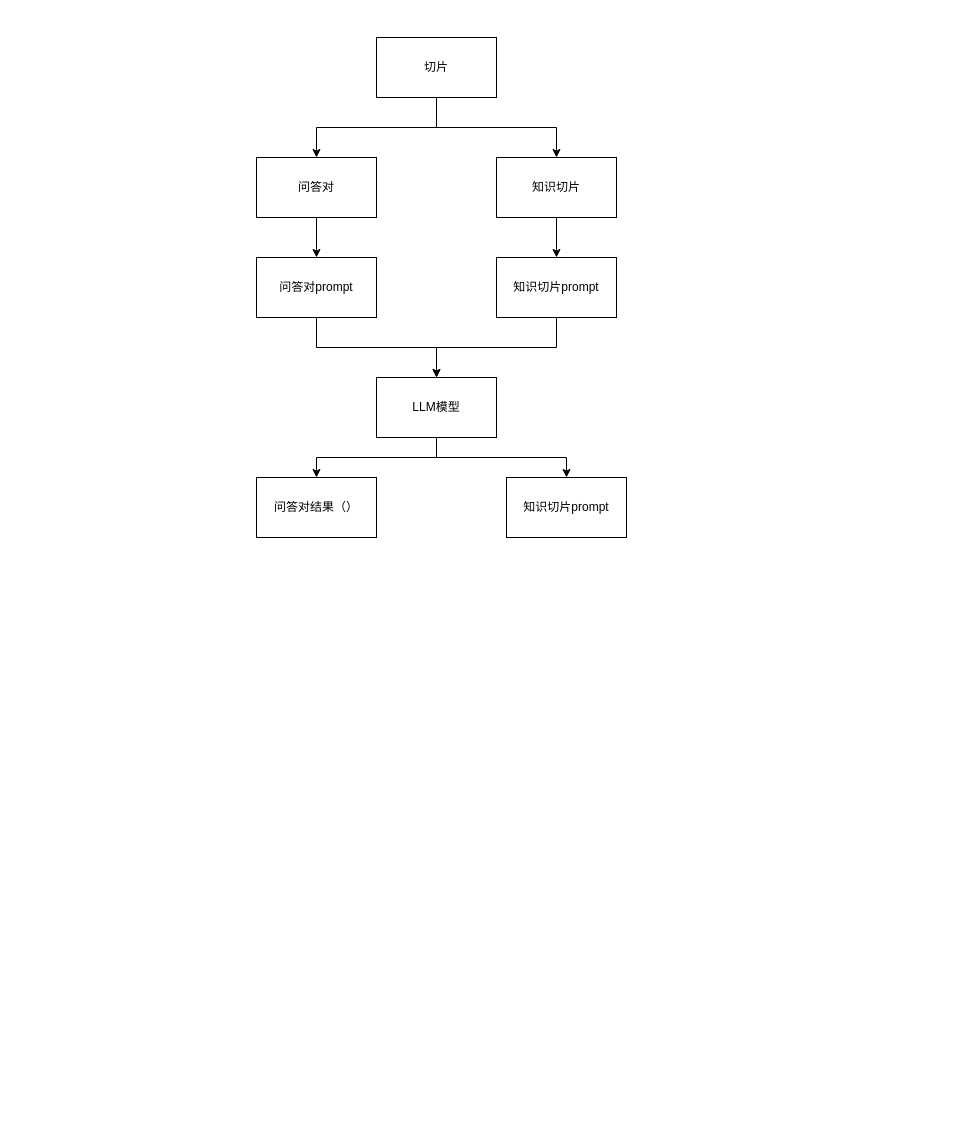
Before: 关键词摘要时序图.drawio in archwolf118/AI, a draw.io diagram. Source tidied: cells renumbered, new cells numbered last; positions are measured from the earlier drawing's top-left corner, leaving out a move shared by most shapes. Both pictures are drawn from the tidied source at 100%, with x=0, y=0 at pixel (256, 37).
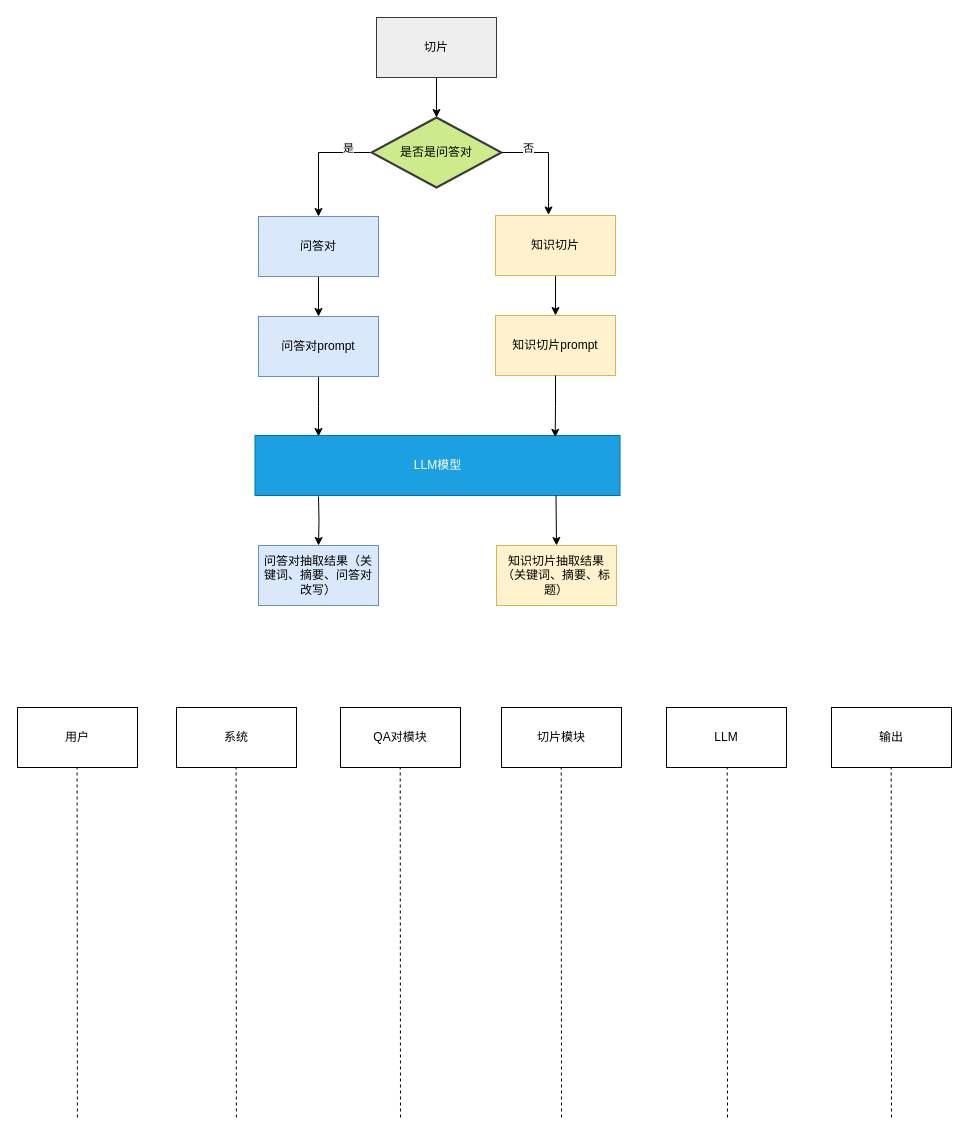
Above is the later version.

Commit message:
更新关键词摘要时序图.drawio

The edit, as a diff of the source:
```diff
@@
-    <mxCell id="2" style="edgeStyle=orthogonalEdgeStyle;rounded=0;jettySize=auto;html=1;exitX=0.5;exitY=1;exitDx=0;exitDy=0;entryX=0.5;entryY=0;entryDx=0;entryDy=0;" parent="1" edge="1" source="4" target="6">
-      <mxGeometry relative="1" as="geometry" />
-    </mxCell>
-    <mxCell id="3" style="edgeStyle=orthogonalEdgeStyle;rounded=0;jettySize=auto;html=1;exitX=0.5;exitY=1;exitDx=0;exitDy=0;entryX=0.5;entryY=0;entryDx=0;entryDy=0;" parent="1" edge="1" source="4" target="8">
-      <mxGeometry relative="1" as="geometry" />
-    </mxCell>
-    <mxCell id="4" value="切片" style="rounded=0;whiteSpace=wrap;html=1;" parent="1" vertex="1">
-      <mxGeometry x="120" width="120" height="60" as="geometry" />
+    <mxCell id="4" value="切片" style="rounded=0;whiteSpace=wrap;html=1;fillColor=#eeeeee;strokeColor=#36393d;" parent="1" vertex="1">
+      <mxGeometry x="120" y="-20" width="120" height="60" as="geometry" />
     </mxCell>
@@
-    <mxCell id="6" value="问答对" style="rounded=0;whiteSpace=wrap;html=1;" parent="1" vertex="1">
-      <mxGeometry y="120" width="120" height="60" as="geometry" />
+    <mxCell id="6" value="问答对" style="rounded=0;whiteSpace=wrap;html=1;fillColor=#dae8fc;strokeColor=#6c8ebf;" parent="1" vertex="1">
+      <mxGeometry x="2" y="179" width="120" height="60" as="geometry" />
     </mxCell>
@@
-    <mxCell id="8" value="知识切片" style="rounded=0;whiteSpace=wrap;html=1;" parent="1" vertex="1">
-      <mxGeometry x="240" y="120" width="120" height="60" as="geometry" />
+    <mxCell id="8" value="知识切片" style="rounded=0;whiteSpace=wrap;html=1;fillColor=#fff2cc;strokeColor=#d6b656;" parent="1" vertex="1">
+      <mxGeometry x="239" y="178" width="120" height="60" as="geometry" />
     </mxCell>
-    <mxCell id="9" style="edgeStyle=orthogonalEdgeStyle;rounded=0;jettySize=auto;html=1;exitX=0.5;exitY=1;exitDx=0;exitDy=0;entryX=0.5;entryY=0;entryDx=0;entryDy=0;" parent="1" edge="1" source="10" target="15">
-      <mxGeometry relative="1" as="geometry" />
+    <mxCell id="9" style="edgeStyle=orthogonalEdgeStyle;rounded=0;jettySize=auto;html=1;exitX=0.5;exitY=1;exitDx=0;exitDy=0;entryX=0.5;entryY=0;entryDx=0;entryDy=0;" parent="1" edge="1" source="10">
+      <mxGeometry relative="1" as="geometry">
+        <mxPoint x="62" y="399" as="targetPoint" />
+      </mxGeometry>
     </mxCell>
-    <mxCell id="10" value="问答对prompt" style="rounded=0;whiteSpace=wrap;html=1;" parent="1" vertex="1">
-      <mxGeometry y="220" width="120" height="60" as="geometry" />
+    <mxCell id="10" value="问答对prompt" style="rounded=0;whiteSpace=wrap;html=1;fillColor=#dae8fc;strokeColor=#6c8ebf;" parent="1" vertex="1">
+      <mxGeometry x="2" y="279" width="120" height="60" as="geometry" />
     </mxCell>
-    <mxCell id="11" style="edgeStyle=orthogonalEdgeStyle;rounded=0;jettySize=auto;html=1;exitX=0.5;exitY=1;exitDx=0;exitDy=0;entryX=0.5;entryY=0;entryDx=0;entryDy=0;" parent="1" edge="1" source="12" target="15">
-      <mxGeometry relative="1" as="geometry" />
-    </mxCell>
-    <mxCell id="12" value="知识切片prompt" style="rounded=0;whiteSpace=wrap;html=1;" parent="1" vertex="1">
-      <mxGeometry x="240" y="220" width="120" height="60" as="geometry" />
+    <mxCell id="12" value="知识切片prompt" style="rounded=0;whiteSpace=wrap;html=1;fillColor=#fff2cc;strokeColor=#d6b656;" parent="1" vertex="1">
+      <mxGeometry x="239" y="278" width="120" height="60" as="geometry" />
     </mxCell>
-    <mxCell id="13" style="edgeStyle=orthogonalEdgeStyle;rounded=0;jettySize=auto;html=1;exitX=0.5;exitY=1;exitDx=0;exitDy=0;entryX=0.5;entryY=0;entryDx=0;entryDy=0;" parent="1" edge="1" source="15" target="16">
-      <mxGeometry relative="1" as="geometry" />
+    <mxCell id="13" style="edgeStyle=orthogonalEdgeStyle;rounded=0;jettySize=auto;html=1;exitX=0.5;exitY=1;exitDx=0;exitDy=0;entryX=0.5;entryY=0;entryDx=0;entryDy=0;" parent="1" edge="1" target="16">
+      <mxGeometry relative="1" as="geometry">
+        <mxPoint x="62" y="459" as="sourcePoint" />
+      </mxGeometry>
     </mxCell>
-    <mxCell id="14" style="edgeStyle=orthogonalEdgeStyle;rounded=0;jettySize=auto;html=1;exitX=0.5;exitY=1;exitDx=0;exitDy=0;entryX=0.5;entryY=0;entryDx=0;entryDy=0;" parent="1" edge="1" source="15" target="17">
-      <mxGeometry relative="1" as="geometry" />
-    </mxCell>
-    <mxCell id="15" value="LLM模型" style="rounded=0;whiteSpace=wrap;html=1;" parent="1" vertex="1">
-      <mxGeometry x="120" y="340" width="120" height="60" as="geometry" />
-    </mxCell>
-    <mxCell id="16" value="问答对结果（）" style="rounded=0;whiteSpace=wrap;html=1;" parent="1" vertex="1">
-      <mxGeometry y="440" width="120" height="60" as="geometry" />
+    <mxCell id="16" value="问答对抽取结果（关键词、摘要、问答对改写）" style="rounded=0;whiteSpace=wrap;html=1;fillColor=#dae8fc;strokeColor=#6c8ebf;" parent="1" vertex="1">
+      <mxGeometry x="2" y="508" width="120" height="60" as="geometry" />
     </mxCell>
-    <mxCell id="17" value="知识切片prompt" style="rounded=0;whiteSpace=wrap;html=1;" parent="1" vertex="1">
-      <mxGeometry x="250" y="440" width="120" height="60" as="geometry" />
+    <mxCell id="17" value="知识切片抽取结果（关键词、摘要、标题）" style="rounded=0;whiteSpace=wrap;html=1;fillColor=#fff2cc;strokeColor=#d6b656;" parent="1" vertex="1">
+      <mxGeometry x="240" y="508" width="120" height="60" as="geometry" />
     </mxCell>
+    <mxCell id="15" value="LLM模型" style="rounded=0;whiteSpace=wrap;html=1;fillColor=#1ba1e2;fontColor=#ffffff;strokeColor=#006EAF;" parent="1" vertex="1">
+      <mxGeometry x="-1.5" y="398" width="365" height="60" as="geometry" />
+    </mxCell>
+    <mxCell id="18" style="edgeStyle=orthogonalEdgeStyle;rounded=0;jettySize=auto;html=1;exitX=0;exitY=0.5;exitDx=0;exitDy=0;exitPerimeter=0;entryX=0.5;entryY=0;entryDx=0;entryDy=0;" parent="1" edge="1" source="20" target="6">
+      <mxGeometry relative="1" as="geometry" />
+    </mxCell>
+    <mxCell id="19" value="是" style="edgeLabel;html=1;align=center;verticalAlign=middle;" parent="18" vertex="1">
+      <mxGeometry x="-0.32" y="-3" relative="1" as="geometry">
+        <mxPoint x="16" y="-2" as="offset" />
+      </mxGeometry>
+    </mxCell>
+    <mxCell id="20" value="是否是问答对" style="strokeWidth=2;html=1;shape=mxgraph.flowchart.decision;whiteSpace=wrap;fillColor=#cdeb8b;strokeColor=#36393d;" parent="1" vertex="1">
+      <mxGeometry x="115" y="80" width="130" height="70" as="geometry" />
+    </mxCell>
+    <mxCell id="21" style="edgeStyle=orthogonalEdgeStyle;rounded=0;jettySize=auto;html=1;exitX=0.5;exitY=1;exitDx=0;exitDy=0;entryX=0.5;entryY=0;entryDx=0;entryDy=0;entryPerimeter=0;" parent="1" edge="1" source="4" target="20">
+      <mxGeometry relative="1" as="geometry" />
+    </mxCell>
+    <mxCell id="22" style="edgeStyle=orthogonalEdgeStyle;rounded=0;jettySize=auto;html=1;exitX=0.5;exitY=1;exitDx=0;exitDy=0;entryX=0.839;entryY=0.03;entryDx=0;entryDy=0;entryPerimeter=0;" parent="1" edge="1" source="12">
+      <mxGeometry relative="1" as="geometry">
+        <mxPoint x="298.7" y="399.8" as="targetPoint" />
+      </mxGeometry>
+    </mxCell>
+    <mxCell id="23" style="edgeStyle=orthogonalEdgeStyle;rounded=0;jettySize=auto;html=1;exitX=0.5;exitY=1;exitDx=0;exitDy=0;entryX=0.5;entryY=0;entryDx=0;entryDy=0;" parent="1" edge="1" target="17">
+      <mxGeometry relative="1" as="geometry">
+        <mxPoint x="299.5" y="458" as="sourcePoint" />
+      </mxGeometry>
+    </mxCell>
+    <mxCell id="24" style="edgeStyle=orthogonalEdgeStyle;rounded=0;jettySize=auto;html=1;exitX=1;exitY=0.5;exitDx=0;exitDy=0;exitPerimeter=0;entryX=0.442;entryY=-0.009;entryDx=0;entryDy=0;entryPerimeter=0;" parent="1" edge="1" source="20" target="8">
+      <mxGeometry relative="1" as="geometry" />
+    </mxCell>
+    <mxCell id="25" value="否" style="edgeLabel;html=1;align=center;verticalAlign=middle;" parent="24" vertex="1">
+      <mxGeometry x="-0.52" y="-1" relative="1" as="geometry">
+        <mxPoint y="-6" as="offset" />
+      </mxGeometry>
+    </mxCell>
+    <mxCell id="26" value="用户" style="rounded=0;whiteSpace=wrap;html=1;" parent="1" vertex="1">
+      <mxGeometry x="-239" y="670" width="120" height="60" as="geometry" />
+    </mxCell>
+    <mxCell id="27" value="QA对模块" style="rounded=0;whiteSpace=wrap;html=1;" parent="1" vertex="1">
+      <mxGeometry x="84" y="670" width="120" height="60" as="geometry" />
+    </mxCell>
+    <mxCell id="28" value="切片模块" style="rounded=0;whiteSpace=wrap;html=1;" parent="1" vertex="1">
+      <mxGeometry x="245" y="670" width="120" height="60" as="geometry" />
+    </mxCell>
+    <mxCell id="29" value="LLM" style="rounded=0;whiteSpace=wrap;html=1;" parent="1" vertex="1">
+      <mxGeometry x="410" y="670" width="120" height="60" as="geometry" />
+    </mxCell>
+    <mxCell id="30" value="输出" style="rounded=0;whiteSpace=wrap;html=1;" parent="1" vertex="1">
+      <mxGeometry x="575" y="670" width="120" height="60" as="geometry" />
+    </mxCell>
+    <mxCell id="31" style="endArrow=none;dashed=1;html=1;rounded=0;" parent="1" edge="1">
+      <mxGeometry relative="1" as="geometry">
+        <mxPoint x="-179.1" y="1080" as="sourcePoint" />
+        <mxPoint x="-179.4" y="730" as="targetPoint" />
+      </mxGeometry>
+    </mxCell>
+    <mxCell id="32" style="endArrow=none;dashed=1;html=1;rounded=0;" parent="1" edge="1">
+      <mxGeometry relative="1" as="geometry">
+        <mxPoint x="144" y="1080" as="sourcePoint" />
+        <mxPoint x="143.7" y="730" as="targetPoint" />
+      </mxGeometry>
+    </mxCell>
+    <mxCell id="33" style="endArrow=none;dashed=1;html=1;rounded=0;" parent="1" edge="1">
+      <mxGeometry relative="1" as="geometry">
+        <mxPoint x="305" y="1080" as="sourcePoint" />
+        <mxPoint x="304.7" y="730" as="targetPoint" />
+      </mxGeometry>
+    </mxCell>
+    <mxCell id="34" style="endArrow=none;dashed=1;html=1;rounded=0;" parent="1" edge="1">
+      <mxGeometry relative="1" as="geometry">
+        <mxPoint x="471" y="1080" as="sourcePoint" />
+        <mxPoint x="470.7" y="730" as="targetPoint" />
+      </mxGeometry>
+    </mxCell>
+    <mxCell id="35" style="endArrow=none;dashed=1;html=1;rounded=0;" parent="1" edge="1">
+      <mxGeometry relative="1" as="geometry">
+        <mxPoint x="635" y="1080" as="sourcePoint" />
+        <mxPoint x="634.7" y="730" as="targetPoint" />
+      </mxGeometry>
+    </mxCell>
+    <mxCell id="36" value="系统" style="rounded=0;whiteSpace=wrap;html=1;" parent="1" vertex="1">
+      <mxGeometry x="-80" y="670" width="120" height="60" as="geometry" />
+    </mxCell>
+    <mxCell id="37" style="endArrow=none;dashed=1;html=1;rounded=0;" parent="1" edge="1">
+      <mxGeometry relative="1" as="geometry">
+        <mxPoint x="-20.1" y="1080" as="sourcePoint" />
+        <mxPoint x="-20.4" y="730" as="targetPoint" />
+      </mxGeometry>
+    </mxCell>
```
